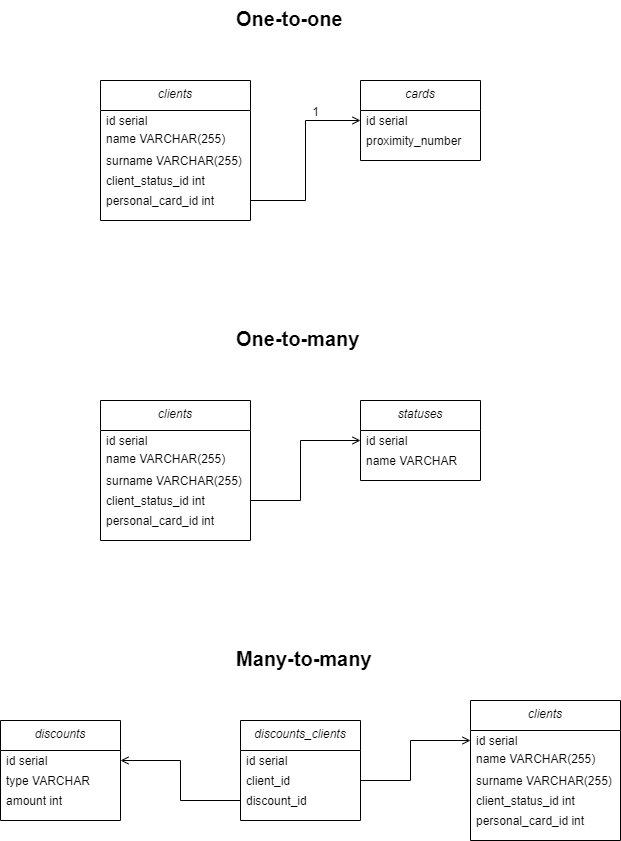
The draw.io diagram chapter_003/Diagram of relations.drawio.png in Ilnazfah/job4j_design, before a commit. Source tidied: cells renumbered, new cells last; positions are measured from the earlier drawing's top-left corner, leaving out a move shared by most shapes.
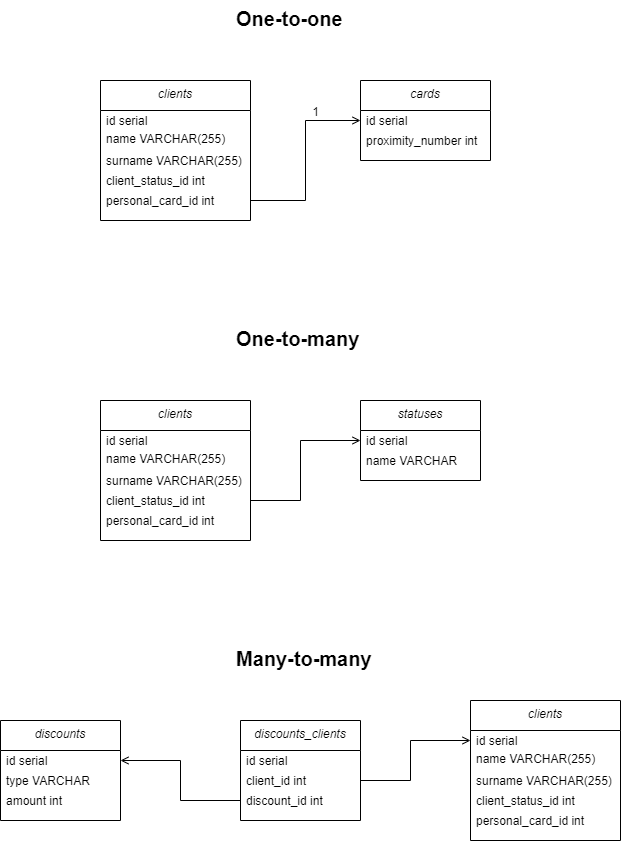
After the change.

The edit, as a diff of the source:
```diff
@@ -21,13 +21,13 @@
       <mxGeometry y="110" width="150" height="20" as="geometry" />
     </mxCell>
     <mxCell id="8" value="cards" style="swimlane;fontStyle=2;align=center;verticalAlign=top;horizontal=1;startSize=30;rounded=0;shadow=0;strokeWidth=1;" parent="1" vertex="1">
-      <mxGeometry x="360" y="80" width="120" height="80" as="geometry" />
+      <mxGeometry x="360" y="80" width="130" height="80" as="geometry" />
     </mxCell>
     <mxCell id="9" value="id serial" style="text;align=left;verticalAlign=middle;spacingLeft=4;spacingRight=4;overflow=hidden;points=[[0,0.5],[1,0.5]];portConstraint=eastwest;" parent="8" vertex="1">
-      <mxGeometry y="30" width="120" height="20" as="geometry" />
+      <mxGeometry y="30" width="130" height="20" as="geometry" />
     </mxCell>
-    <mxCell id="10" value="proximity_number" style="text;align=left;verticalAlign=middle;spacingLeft=4;spacingRight=4;overflow=hidden;" parent="8" vertex="1">
-      <mxGeometry y="50" width="120" height="20" as="geometry" />
+    <mxCell id="10" value="proximity_number int" style="text;align=left;verticalAlign=middle;spacingLeft=4;spacingRight=4;overflow=hidden;" parent="8" vertex="1">
+      <mxGeometry y="50" width="130" height="20" as="geometry" />
     </mxCell>
     <mxCell id="11" style="endArrow=open;shadow=0;strokeWidth=1;rounded=0;endFill=1;edgeStyle=elbowEdgeStyle;exitX=1;exitY=0.5;exitDx=0;exitDy=0;entryX=0;entryY=0.5;entryDx=0;entryDy=0;" parent="1" edge="1" source="7" target="9">
       <mxGeometry x="0.5" y="41" relative="1" as="geometry">
@@ -54,10 +54,10 @@
     <mxCell id="16" value="id serial" style="text;align=left;verticalAlign=middle;spacingLeft=4;spacingRight=4;overflow=hidden;" parent="15" vertex="1">
       <mxGeometry y="30" width="120" height="20" as="geometry" />
     </mxCell>
-    <mxCell id="17" value="client_id" style="text;align=left;verticalAlign=middle;spacingLeft=4;spacingRight=4;overflow=hidden;" parent="15" vertex="1">
+    <mxCell id="17" value="client_id int" style="text;align=left;verticalAlign=middle;spacingLeft=4;spacingRight=4;overflow=hidden;" parent="15" vertex="1">
       <mxGeometry y="50" width="120" height="20" as="geometry" />
     </mxCell>
-    <mxCell id="18" value="discount_id" style="text;align=left;verticalAlign=middle;spacingLeft=4;spacingRight=4;overflow=hidden;points=[[0,0.5],[1,0.5]];portConstraint=eastwest;" parent="15" vertex="1">
+    <mxCell id="18" value="discount_id int" style="text;align=left;verticalAlign=middle;spacingLeft=4;spacingRight=4;overflow=hidden;points=[[0,0.5],[1,0.5]];portConstraint=eastwest;" parent="15" vertex="1">
       <mxGeometry y="70" width="120" height="20" as="geometry" />
     </mxCell>
     <mxCell id="19" value="clients" style="swimlane;fontStyle=2;align=center;verticalAlign=top;horizontal=1;startSize=30;rounded=0;shadow=0;strokeWidth=1;" parent="1" vertex="1">
```
